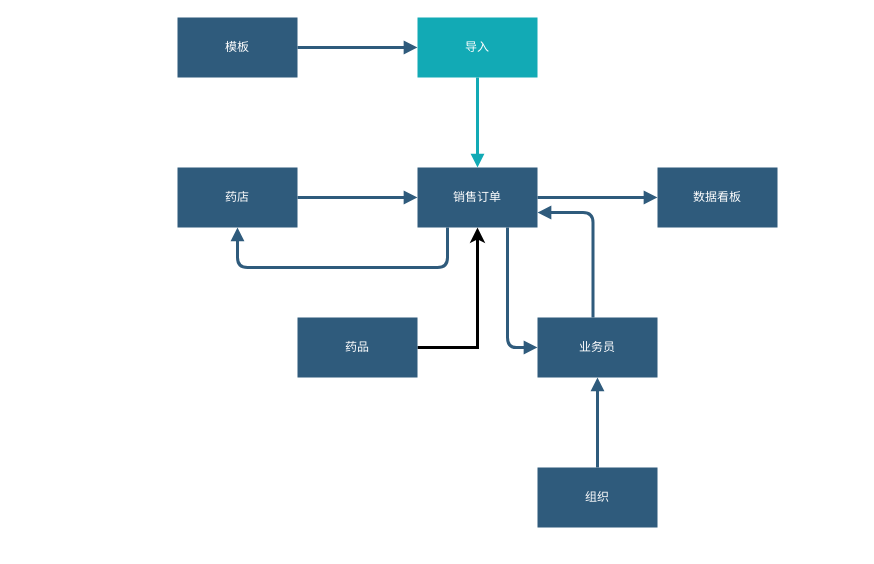
Earlier version of the draw.io diagram 康贝斯流程图.drawio (xiaoming728/draw). Source tidied: cells renumbered, new cells numbered last; positions are measured from the earlier drawing's top-left corner, leaving out a move shared by most shapes. Both pictures are drawn from the tidied source at 100%, with x=0, y=0 at pixel (177, 17).
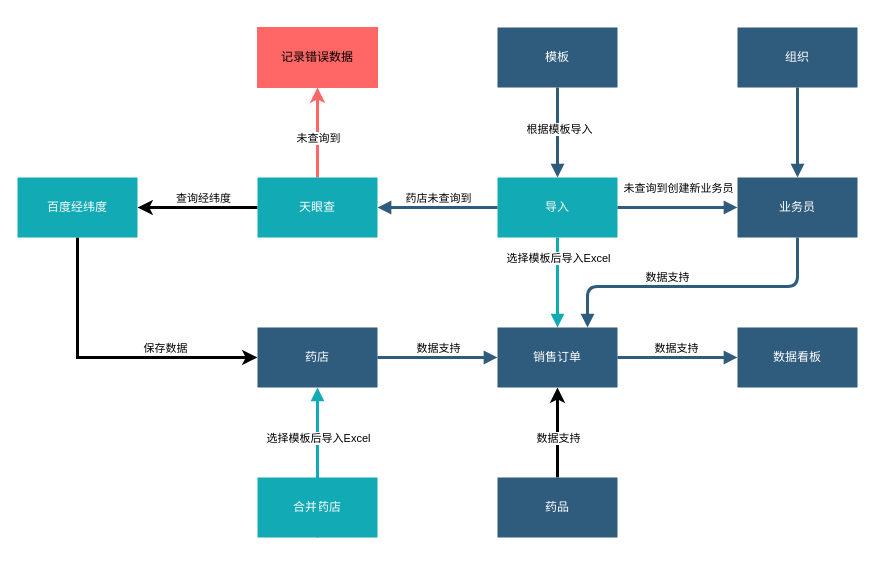
The same diagram, later.

Commit message (it also covers changes not shown here):
更新康贝斯流程图.drawio

Unchanged cells that the change refers to:
```xml
<mxCell id="11" style="edgeStyle=segmentEdgeStyle;strokeColor=#12AAB5;strokeWidth=3;html=1;endArrow=block;endFill=1;entryX=0.5;entryY=0;entryDx=0;entryDy=0;exitX=0.5;exitY=1;exitDx=0;exitDy=0;" parent="1" edge="1" source="12" target="2">
  <mxGeometry x="484.5" y="178.5" as="geometry" />
</mxCell>
<mxCell id="13" style="edgeStyle=segmentEdgeStyle;strokeColor=#2F5B7C;strokeWidth=3;html=1;endArrow=block;endFill=1;exitX=1;exitY=0.5;exitDx=0;exitDy=0;entryX=0;entryY=0.5;entryDx=0;entryDy=0;" parent="1" edge="1" source="2" target="9">
  <mxGeometry x="644.5" y="308.5" as="geometry" />
</mxCell>
```

What changed in the source:
```diff
@@
     <mxCell id="2" value="销售订单" style="whiteSpace=wrap;shadow=0;fontColor=#FFFFFF;fontFamily=Helvetica;fontStyle=0;html=1;fontSize=12;plain-purple;strokeColor=none;fillColor=#2f5b7c;gradientColor=none;spacing=6;verticalAlign=middle;" parent="1" vertex="1">
-      <mxGeometry x="240" y="150" width="120" height="60" as="geometry" />
+      <mxGeometry x="320" y="310" width="120" height="60" as="geometry" />
     </mxCell>
     <mxCell id="3" value="药店" style="whiteSpace=wrap;shadow=0;fontColor=#FFFFFF;fontFamily=Helvetica;fontStyle=0;html=1;fontSize=12;plain-purple;strokeColor=none;fillColor=#2f5b7c;gradientColor=none;spacing=6;verticalAlign=middle;" parent="1" vertex="1">
-      <mxGeometry y="150" width="120" height="60" as="geometry" />
+      <mxGeometry x="80" y="310" width="120" height="60" as="geometry" />
     </mxCell>
-    <mxCell id="4" style="edgeStyle=orthogonalEdgeStyle;rounded=0;jettySize=auto;html=1;exitX=1;exitY=0.5;exitDx=0;exitDy=0;entryX=0.5;entryY=1;entryDx=0;entryDy=0;strokeWidth=3;" parent="1" edge="1" source="5" target="2">
-      <mxGeometry relative="1" as="geometry">
-        <Array as="points">
-          <mxPoint x="300.5" y="330" />
-        </Array>
-      </mxGeometry>
+    <mxCell id="4" style="edgeStyle=orthogonalEdgeStyle;rounded=0;jettySize=auto;html=1;exitX=0.5;exitY=0;exitDx=0;exitDy=0;entryX=0.5;entryY=1;entryDx=0;entryDy=0;strokeWidth=3;" parent="1" edge="1" source="5" target="2">
+      <mxGeometry relative="1" as="geometry" />
     </mxCell>
+    <mxCell id="19" value="数据支持" style="edgeLabel;html=1;align=center;verticalAlign=middle;" parent="4" vertex="1">
+      <mxGeometry x="-0.08" y="-1" relative="1" as="geometry">
+        <mxPoint x="-1" y="1" as="offset" />
+      </mxGeometry>
+    </mxCell>
     <mxCell id="5" value="药品" style="whiteSpace=wrap;shadow=0;fontColor=#FFFFFF;fontFamily=Helvetica;fontStyle=0;html=1;fontSize=12;plain-purple;strokeColor=none;fillColor=#2f5b7c;gradientColor=none;spacing=6;verticalAlign=middle;" parent="1" vertex="1">
-      <mxGeometry x="120" y="300" width="120" height="60" as="geometry" />
+      <mxGeometry x="320" y="460" width="120" height="60" as="geometry" />
     </mxCell>
     <mxCell id="6" value="业务员" style="whiteSpace=wrap;shadow=0;fontColor=#FFFFFF;fontFamily=Helvetica;fontStyle=0;html=1;fontSize=12;plain-purple;strokeColor=none;fillColor=#2f5b7c;gradientColor=none;spacing=6;verticalAlign=middle;" parent="1" vertex="1">
-      <mxGeometry x="360" y="300" width="120" height="60" as="geometry" />
+      <mxGeometry x="560" y="160" width="120" height="60" as="geometry" />
     </mxCell>
     <mxCell id="7" value="组织" style="whiteSpace=wrap;shadow=0;fontColor=#FFFFFF;fontFamily=Helvetica;fontStyle=0;html=1;fontSize=12;plain-purple;strokeColor=none;fillColor=#2f5b7c;gradientColor=none;spacing=6;verticalAlign=middle;" parent="1" vertex="1">
-      <mxGeometry x="360" y="450" width="120" height="60" as="geometry" />
+      <mxGeometry x="560" y="10" width="120" height="60" as="geometry" />
     </mxCell>
     <mxCell id="8" value="模板" style="whiteSpace=wrap;shadow=0;fontColor=#FFFFFF;fontFamily=Helvetica;fontStyle=0;html=1;fontSize=12;plain-purple;strokeColor=none;fillColor=#2f5b7c;gradientColor=none;spacing=6;verticalAlign=middle;" parent="1" vertex="1">
-      <mxGeometry width="120" height="60" as="geometry" />
+      <mxGeometry x="320" y="10" width="120" height="60" as="geometry" />
     </mxCell>
     <mxCell id="9" value="数据看板" style="whiteSpace=wrap;shadow=0;fontColor=#FFFFFF;fontFamily=Helvetica;fontStyle=0;html=1;fontSize=12;plain-purple;strokeColor=none;fillColor=#2f5b7c;gradientColor=none;spacing=6;verticalAlign=middle;" parent="1" vertex="1">
-      <mxGeometry x="480" y="150" width="120" height="60" as="geometry" />
+      <mxGeometry x="560" y="310" width="120" height="60" as="geometry" />
     </mxCell>
-    <mxCell id="10" style="edgeStyle=segmentEdgeStyle;strokeColor=#2F5B7C;strokeWidth=3;html=1;endArrow=block;endFill=1;exitX=1;exitY=0.5;exitDx=0;exitDy=0;entryX=0;entryY=0.5;entryDx=0;entryDy=0;" parent="1" edge="1" source="8" target="12">
+    <mxCell id="10" style="edgeStyle=segmentEdgeStyle;strokeColor=#2F5B7C;strokeWidth=3;html=1;endArrow=block;endFill=1;exitX=0.5;exitY=1;exitDx=0;exitDy=0;entryX=0.5;entryY=0;entryDx=0;entryDy=0;" parent="1" edge="1" source="8" target="12">
       <mxGeometry x="644.5" y="308.5" as="geometry">
         <Array as="points">
-          <mxPoint x="155.5" y="30" />
-          <mxPoint x="155.5" y="30" />
+          <mxPoint x="380" y="90" />
+          <mxPoint x="380" y="90" />
         </Array>
       </mxGeometry>
     </mxCell>
+    <mxCell id="20" value="根据模板导入" style="edgeLabel;html=1;align=center;verticalAlign=middle;" parent="10" vertex="1">
+      <mxGeometry relative="1" as="geometry">
+        <mxPoint x="1" y="-4" as="offset" />
+      </mxGeometry>
+    </mxCell>
@@
+    <mxCell id="21" value="选择模板后导入Excel" style="edgeLabel;html=1;align=center;verticalAlign=middle;" parent="11" vertex="1">
+      <mxGeometry relative="1" as="geometry">
+        <mxPoint y="-25" as="offset" />
+      </mxGeometry>
+    </mxCell>
     <mxCell id="12" value="导入" style="whiteSpace=wrap;shadow=0;fontColor=#FFFFFF;fontFamily=Helvetica;fontStyle=0;html=1;fontSize=12;plain-purple;strokeColor=none;fillColor=#12aab5;gradientColor=none;spacing=6;verticalAlign=middle;" parent="1" vertex="1">
-      <mxGeometry x="240" width="120" height="60" as="geometry" />
+      <mxGeometry x="320" y="160" width="120" height="60" as="geometry" />
     </mxCell>
@@
+    <mxCell id="22" value="数据支持" style="edgeLabel;html=1;align=center;verticalAlign=middle;" parent="13" vertex="1">
+      <mxGeometry relative="1" as="geometry">
+        <mxPoint x="-2" y="-10" as="offset" />
+      </mxGeometry>
+    </mxCell>
-    <mxCell id="14" style="edgeStyle=segmentEdgeStyle;strokeColor=#2F5B7C;strokeWidth=3;html=1;endArrow=block;endFill=1;exitX=0.25;exitY=1;exitDx=0;exitDy=0;entryX=0.5;entryY=1;entryDx=0;entryDy=0;" parent="1" edge="1" source="2" target="3">
+    <mxCell id="14" style="edgeStyle=segmentEdgeStyle;strokeColor=#2F5B7C;strokeWidth=3;html=1;endArrow=block;endFill=1;exitX=0;exitY=0.5;exitDx=0;exitDy=0;entryX=1;entryY=0.5;entryDx=0;entryDy=0;" parent="1" edge="1" source="12" target="31">
       <mxGeometry x="644.5" y="308.5" as="geometry">
         <Array as="points">
-          <mxPoint x="270.5" y="250" />
-          <mxPoint x="60.5" y="250" />
+          <mxPoint x="270" y="190" />
+          <mxPoint x="270" y="190" />
         </Array>
       </mxGeometry>
     </mxCell>
+    <mxCell id="23" value="药店未查询到" style="edgeLabel;html=1;align=center;verticalAlign=middle;" parent="14" vertex="1">
+      <mxGeometry relative="1" as="geometry">
+        <mxPoint y="-10" as="offset" />
+      </mxGeometry>
+    </mxCell>
     <mxCell id="15" style="edgeStyle=segmentEdgeStyle;strokeColor=#2F5B7C;strokeWidth=3;html=1;endArrow=block;endFill=1;exitX=1;exitY=0.5;exitDx=0;exitDy=0;entryX=0;entryY=0.5;entryDx=0;entryDy=0;" parent="1" edge="1" source="3" target="2">
       <mxGeometry x="644.5" y="308.5" as="geometry">
         <Array as="points">
-          <mxPoint x="155.5" y="180" />
-          <mxPoint x="155.5" y="180" />
+          <mxPoint x="235.5" y="340" />
+          <mxPoint x="235.5" y="340" />
         </Array>
       </mxGeometry>
     </mxCell>
+    <mxCell id="24" value="数据支持" style="edgeLabel;html=1;align=center;verticalAlign=middle;" parent="15" vertex="1">
+      <mxGeometry relative="1" as="geometry">
+        <mxPoint y="-10" as="offset" />
+      </mxGeometry>
+    </mxCell>
-    <mxCell id="16" style="edgeStyle=segmentEdgeStyle;strokeColor=#2F5B7C;strokeWidth=3;html=1;endArrow=block;endFill=1;exitX=0.75;exitY=1;exitDx=0;exitDy=0;entryX=0;entryY=0.5;entryDx=0;entryDy=0;" parent="1" edge="1" source="2" target="6">
+    <mxCell id="16" style="edgeStyle=segmentEdgeStyle;strokeColor=#2F5B7C;strokeWidth=3;html=1;endArrow=block;endFill=1;exitX=1;exitY=0.5;exitDx=0;exitDy=0;entryX=0;entryY=0.5;entryDx=0;entryDy=0;" parent="1" edge="1" source="12" target="6">
       <mxGeometry x="644.5" y="308.5" as="geometry">
         <Array as="points">
-          <mxPoint x="330.5" y="330" />
+          <mxPoint x="510" y="190" />
+          <mxPoint x="510" y="190" />
         </Array>
       </mxGeometry>
     </mxCell>
+    <mxCell id="25" value="未查询到创建新业务员" style="edgeLabel;html=1;align=center;verticalAlign=middle;" parent="16" vertex="1">
+      <mxGeometry relative="1" as="geometry">
+        <mxPoint y="-20" as="offset" />
+      </mxGeometry>
+    </mxCell>
-    <mxCell id="17" style="edgeStyle=segmentEdgeStyle;strokeColor=#2F5B7C;strokeWidth=3;html=1;endArrow=block;endFill=1;exitX=0.5;exitY=0;exitDx=0;exitDy=0;entryX=0.5;entryY=1;entryDx=0;entryDy=0;" parent="1" edge="1" source="7" target="6">
-      <mxGeometry x="644.5" y="308.5" as="geometry" />
+    <mxCell id="17" style="edgeStyle=segmentEdgeStyle;strokeColor=#2F5B7C;strokeWidth=3;html=1;endArrow=block;endFill=1;exitX=0.5;exitY=1;exitDx=0;exitDy=0;" parent="1" edge="1" source="7">
+      <mxGeometry x="644.5" y="308.5" as="geometry">
+        <mxPoint x="620" y="160" as="targetPoint" />
+      </mxGeometry>
     </mxCell>
-    <mxCell id="18" style="edgeStyle=segmentEdgeStyle;strokeColor=#2F5B7C;strokeWidth=3;html=1;endArrow=block;endFill=1;entryX=1;entryY=0.75;entryDx=0;entryDy=0;" parent="1" edge="1" source="6" target="2">
+    <mxCell id="18" style="edgeStyle=segmentEdgeStyle;strokeColor=#2F5B7C;strokeWidth=3;html=1;endArrow=block;endFill=1;entryX=0.75;entryY=0;entryDx=0;entryDy=0;exitX=0.5;exitY=1;exitDx=0;exitDy=0;" parent="1" edge="1" source="6" target="2">
       <mxGeometry x="644.5" y="308.5" as="geometry">
         <Array as="points">
-          <mxPoint x="415.5" y="195" />
+          <mxPoint x="620" y="269" />
+          <mxPoint x="410" y="269" />
         </Array>
       </mxGeometry>
     </mxCell>
+    <mxCell id="26" value="数据支持" style="edgeLabel;html=1;align=center;verticalAlign=middle;" parent="18" vertex="1">
+      <mxGeometry relative="1" as="geometry">
+        <mxPoint x="-30" y="-10" as="offset" />
+      </mxGeometry>
+    </mxCell>
+    <mxCell id="27" style="edgeStyle=orthogonalEdgeStyle;rounded=0;jettySize=auto;html=1;exitX=0;exitY=0.5;exitDx=0;exitDy=0;entryX=1;entryY=0.5;entryDx=0;entryDy=0;strokeWidth=3;" parent="1" edge="1" source="31" target="34">
+      <mxGeometry relative="1" as="geometry" />
+    </mxCell>
+    <mxCell id="28" value="查询经纬度" style="edgeLabel;html=1;align=center;verticalAlign=middle;" parent="27" vertex="1">
+      <mxGeometry y="2" relative="1" as="geometry">
+        <mxPoint x="5" y="-12" as="offset" />
+      </mxGeometry>
+    </mxCell>
+    <mxCell id="29" style="edgeStyle=orthogonalEdgeStyle;rounded=0;jettySize=auto;html=1;exitX=0.5;exitY=0;exitDx=0;exitDy=0;entryX=0.5;entryY=1;entryDx=0;entryDy=0;strokeColor=#FF6666;strokeWidth=3;" parent="1" edge="1" source="31" target="35">
+      <mxGeometry relative="1" as="geometry" />
+    </mxCell>
+    <mxCell id="30" value="未查询到" style="edgeLabel;html=1;align=center;verticalAlign=middle;" parent="29" vertex="1">
+      <mxGeometry x="-0.27" y="-1" relative="1" as="geometry">
+        <mxPoint x="-1" y="-7" as="offset" />
+      </mxGeometry>
+    </mxCell>
+    <mxCell id="31" value="天眼查" style="whiteSpace=wrap;shadow=0;fontColor=#FFFFFF;fontFamily=Helvetica;fontStyle=0;html=1;fontSize=12;plain-purple;strokeColor=none;fillColor=#12aab5;gradientColor=none;spacing=6;verticalAlign=middle;" parent="1" vertex="1">
+      <mxGeometry x="80" y="160" width="120" height="60" as="geometry" />
+    </mxCell>
+    <mxCell id="32" style="edgeStyle=orthogonalEdgeStyle;rounded=0;jettySize=auto;html=1;exitX=0.5;exitY=1;exitDx=0;exitDy=0;entryX=0;entryY=0.5;entryDx=0;entryDy=0;strokeWidth=3;" parent="1" edge="1" source="34" target="3">
+      <mxGeometry relative="1" as="geometry" />
+    </mxCell>
+    <mxCell id="33" value="保存数据" style="edgeLabel;html=1;align=center;verticalAlign=middle;" parent="32" vertex="1">
+      <mxGeometry x="0.31" y="3" relative="1" as="geometry">
+        <mxPoint x="10" y="-7" as="offset" />
+      </mxGeometry>
+    </mxCell>
+    <mxCell id="34" value="百度经纬度" style="whiteSpace=wrap;shadow=0;fontColor=#FFFFFF;fontFamily=Helvetica;fontStyle=0;html=1;fontSize=12;plain-purple;strokeColor=none;fillColor=#12aab5;gradientColor=none;spacing=6;verticalAlign=middle;" parent="1" vertex="1">
+      <mxGeometry x="-160" y="160" width="120" height="60" as="geometry" />
+    </mxCell>
+    <mxCell id="35" value="记录错误数据" style="whiteSpace=wrap;shadow=0;fontFamily=Helvetica;fontStyle=0;html=1;fontSize=12;strokeColor=#FF6666;fillColor=#FF6666;spacing=6;verticalAlign=middle;" parent="1" vertex="1">
+      <mxGeometry x="80" y="10" width="120" height="60" as="geometry" />
+    </mxCell>
+    <mxCell id="36" value="合并药店" style="whiteSpace=wrap;shadow=0;fontColor=#FFFFFF;fontFamily=Helvetica;fontStyle=0;html=1;fontSize=12;plain-purple;strokeColor=none;fillColor=#12aab5;gradientColor=none;spacing=6;verticalAlign=middle;" parent="1" vertex="1">
+      <mxGeometry x="80" y="460" width="120" height="60" as="geometry" />
+    </mxCell>
+    <mxCell id="37" style="edgeStyle=segmentEdgeStyle;strokeColor=#12AAB5;strokeWidth=3;html=1;endArrow=block;endFill=1;exitX=0.5;exitY=1;exitDx=0;exitDy=0;" parent="1" edge="1" source="36" target="3">
+      <mxGeometry x="484.5" y="178.5" as="geometry" />
+    </mxCell>
+    <mxCell id="38" value="选择模板后导入Excel" style="edgeLabel;html=1;align=center;verticalAlign=middle;" parent="37" vertex="1">
+      <mxGeometry relative="1" as="geometry">
+        <mxPoint y="-25" as="offset" />
+      </mxGeometry>
+    </mxCell>
```
